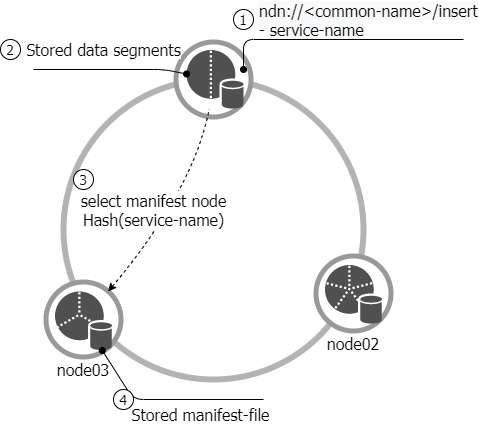
Before: img/acm21-insert.png, a diagram exported from draw.io (uni2u/difs). Source tidied: cells renumbered, new cells last; positions are measured from the earlier drawing's top-left corner, leaving out a move shared by most shapes.
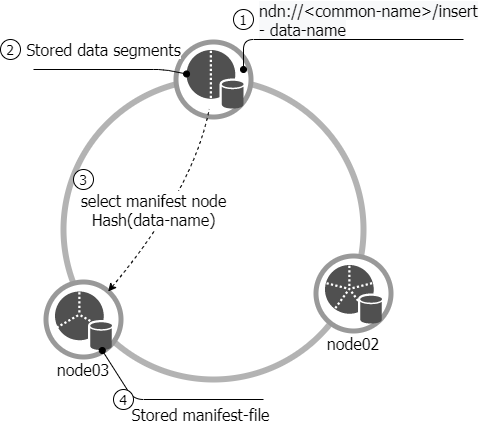
The same file after the commit.

Diff of the diagram source:
```diff
@@ -41,7 +41,7 @@
     <mxCell id="14" style="shadow=0;dashed=0;html=1;strokeColor=none;fillColor=#505050;labelPosition=center;verticalLabelPosition=bottom;verticalAlign=top;outlineConnect=0;align=center;shape=mxgraph.office.databases.database_partition_3;fontFamily=Tahoma;fontSize=14;" parent="11" vertex="1">
       <mxGeometry x="11.5" y="12" width="57" height="59" as="geometry" />
     </mxCell>
-    <mxCell id="15" value="&lt;div&gt;&lt;span style=&quot;background-color: rgb(248 , 249 , 250)&quot;&gt;ndn://&amp;lt;common-name&amp;gt;/insert&lt;/span&gt;&lt;/div&gt;&lt;div&gt;&lt;span style=&quot;background-color: rgb(248 , 249 , 250)&quot;&gt;- service-name&lt;/span&gt;&lt;/div&gt;" style="endArrow=none;html=1;startArrow=oval;startFill=1;fontSize=16;fontFamily=Tahoma;align=left;" parent="1" edge="1">
+    <mxCell id="15" value="&lt;div&gt;&lt;span style=&quot;background-color: rgb(248 , 249 , 250)&quot;&gt;ndn://&amp;lt;common-name&amp;gt;/insert&lt;/span&gt;&lt;/div&gt;&lt;div&gt;&lt;span style=&quot;background-color: rgb(248 , 249 , 250)&quot;&gt;- data-name&lt;/span&gt;&lt;/div&gt;" style="endArrow=none;html=1;startArrow=oval;startFill=1;fontSize=16;fontFamily=Tahoma;align=left;" parent="1" edge="1">
       <mxGeometry x="-0.57" y="22" relative="1" as="geometry">
         <mxPoint x="243" y="60" as="sourcePoint" />
         <mxPoint x="463" y="30" as="targetPoint" />
@@ -65,7 +65,7 @@
         </Array>
       </mxGeometry>
     </mxCell>
-    <mxCell id="19" value="&lt;font style=&quot;font-size: 16px&quot;&gt;select manifest node&lt;br style=&quot;font-size: 16px&quot;&gt;Hash(service-name)&lt;/font&gt;" style="endArrow=none;dashed=1;html=1;fontFamily=Tahoma;fontSize=16;curved=1;endFill=0;startArrow=classic;startFill=1;" parent="1" edge="1" source="14" target="6">
+    <mxCell id="19" value="&lt;font style=&quot;font-size: 16px&quot;&gt;select manifest node&lt;br style=&quot;font-size: 16px&quot;&gt;Hash(data-name)&lt;/font&gt;" style="endArrow=none;dashed=1;html=1;fontFamily=Tahoma;fontSize=16;curved=1;endFill=0;startArrow=classic;startFill=1;" parent="1" edge="1" source="14" target="6">
       <mxGeometry x="0.24" y="45" relative="1" as="geometry">
         <Array as="points">
           <mxPoint x="193" y="180" />
```
